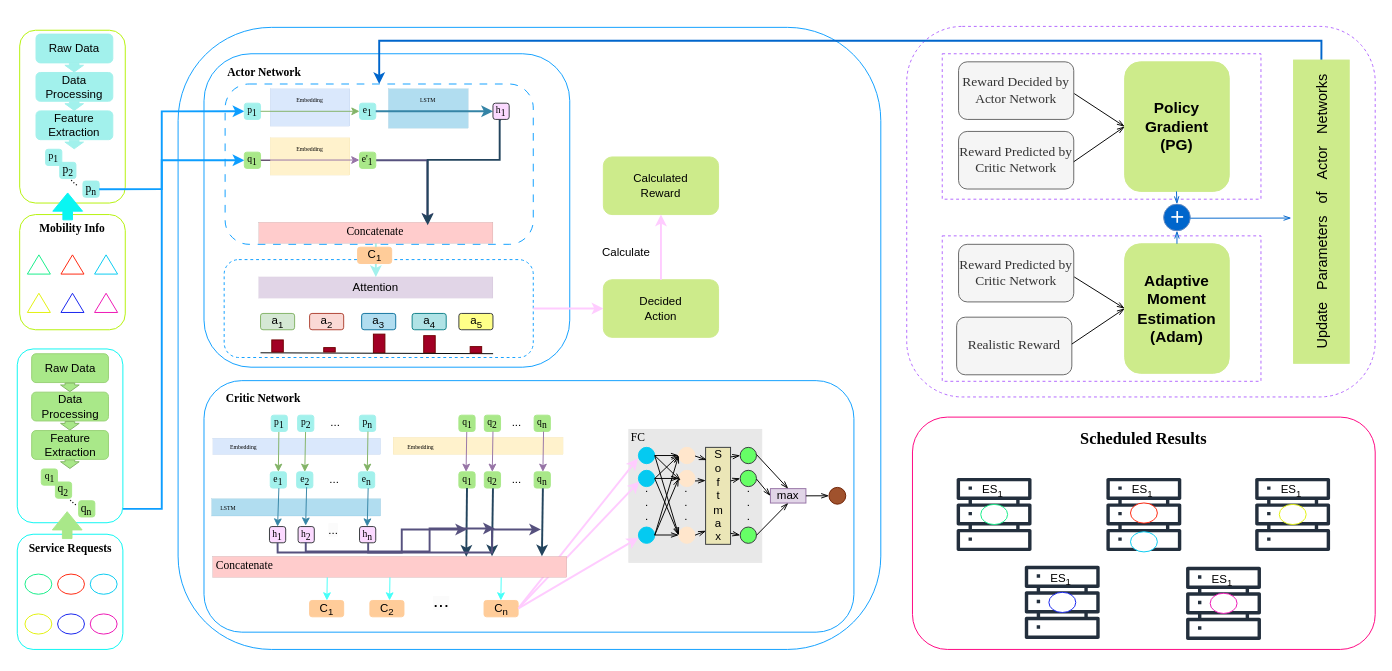
The draw.io diagram 3.drawio in DCLe-DA/Learning-DL-by-Hand, before the edit. Source tidied: cells renumbered, new cells numbered last; positions are measured from the earlier drawing's top-left corner, leaving out a move shared by most shapes. Both pictures are drawn from the tidied source at 96%, with x=0, y=0 at pixel (17, 26).
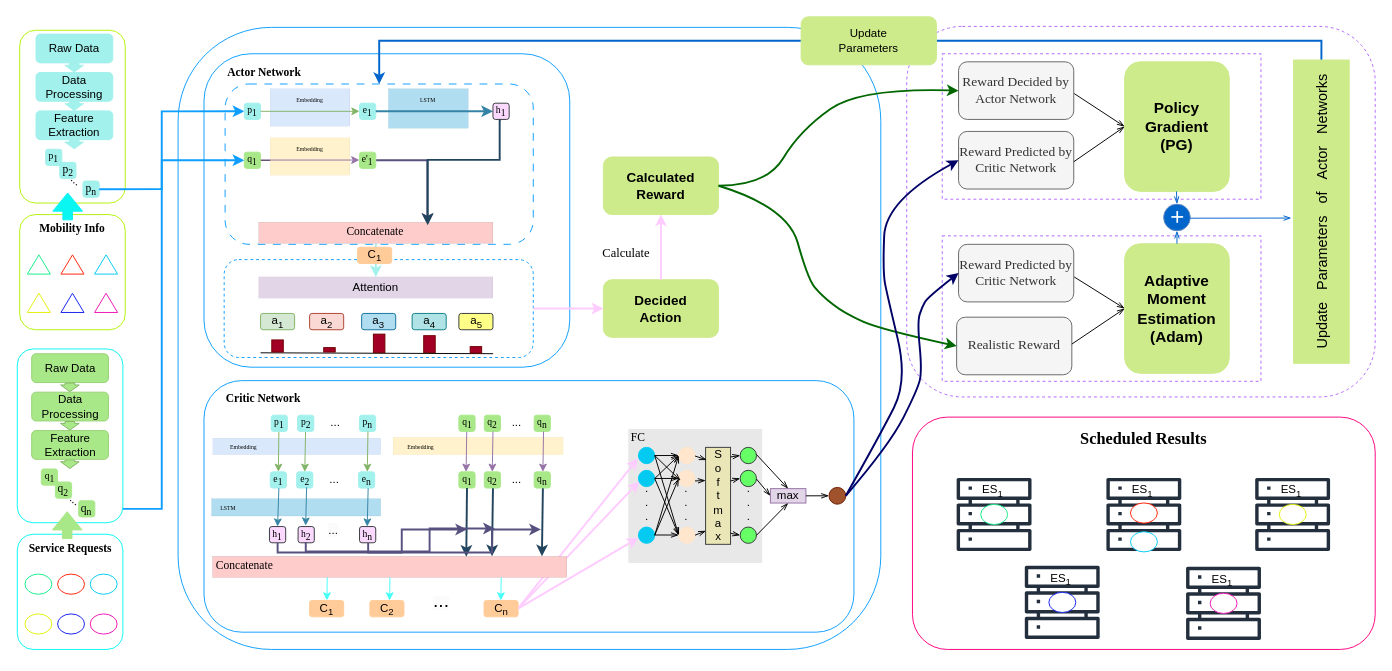
The same diagram, later.

Unchanged cells that the change refers to:
```xml
<mxCell id="207" style="ellipse;whiteSpace=wrap;html=1;fillColor=#a0522d;fontColor=#ffffff;strokeColor=#6D1F00;" parent="1" vertex="1">
  <mxGeometry x="845" y="480.2" width="17.5" height="17.5" as="geometry" />
</mxCell>
<mxCell id="234" value="&lt;font face=&quot;Times New Roman&quot; style=&quot;font-size: 14px;&quot;&gt;Reward Decided by&lt;br&gt;Actor Network&lt;/font&gt;" style="rounded=1;whiteSpace=wrap;html=1;fillColor=#f5f5f5;fontColor=#333333;strokeColor=#666666;" parent="1" vertex="1">
  <mxGeometry x="980" y="36.9" width="120" height="60" as="geometry" />
</mxCell>
<mxCell id="235" value="&lt;font face=&quot;Times New Roman&quot; style=&quot;font-size: 14px;&quot;&gt;Reward Predicted by&lt;br&gt;Critic Network&lt;/font&gt;" style="rounded=1;whiteSpace=wrap;html=1;fillColor=#f5f5f5;fontColor=#333333;strokeColor=#666666;" parent="1" vertex="1">
  <mxGeometry x="980" y="109.4" width="120" height="60" as="geometry" />
</mxCell>
<mxCell id="237" value="&lt;font face=&quot;Times New Roman&quot; style=&quot;font-size: 14px;&quot;&gt;Reward Predicted by&lt;br&gt;Critic Network&lt;/font&gt;" style="rounded=1;whiteSpace=wrap;html=1;fillColor=#f5f5f5;fontColor=#333333;strokeColor=#666666;" parent="1" vertex="1">
  <mxGeometry x="980" y="227" width="120" height="60" as="geometry" />
</mxCell>
<mxCell id="238" value="&lt;font face=&quot;Times New Roman&quot;&gt;&lt;span style=&quot;font-size: 14px;&quot;&gt;Realistic Reward&lt;/span&gt;&lt;/font&gt;" style="rounded=1;whiteSpace=wrap;html=1;fillColor=#f5f5f5;fontColor=#333333;strokeColor=#666666;" parent="1" vertex="1">
  <mxGeometry x="978" y="302.9" width="120" height="60" as="geometry" />
</mxCell>
```

What changed in the source:
```diff
@@
-    <mxCell id="164" value="Decided&lt;br&gt;Action" style="rounded=1;whiteSpace=wrap;html=1;strokeWidth=1;fontFamily=Helvetica;fontSize=12;fillColor=#cdeb8b;strokeColor=#CDEB8B;" parent="1" vertex="1">
+    <mxCell id="164" value="&lt;font style=&quot;font-size: 14px;&quot;&gt;&lt;b&gt;Decided&lt;br&gt;Action&lt;/b&gt;&lt;/font&gt;" style="rounded=1;whiteSpace=wrap;html=1;strokeWidth=1;fontFamily=Helvetica;fontSize=12;fillColor=#cdeb8b;strokeColor=#CDEB8B;" parent="1" vertex="1">
       <mxGeometry x="610" y="263.9" width="120" height="60" as="geometry" />
     </mxCell>
@@
-    <mxCell id="166" value="Calculated&lt;br&gt;Reward" style="rounded=1;whiteSpace=wrap;html=1;strokeWidth=1;fontFamily=Helvetica;fontSize=12;fillColor=#cdeb8b;strokeColor=#CDEB8B;" parent="1" vertex="1">
+    <mxCell id="166" value="&lt;font style=&quot;font-size: 14px;&quot;&gt;&lt;b&gt;Calculated&lt;br&gt;Reward&lt;/b&gt;&lt;/font&gt;" style="rounded=1;whiteSpace=wrap;html=1;strokeWidth=1;fontFamily=Helvetica;fontSize=12;fillColor=#cdeb8b;strokeColor=#CDEB8B;" parent="1" vertex="1">
       <mxGeometry x="610" y="136" width="120" height="60" as="geometry" />
     </mxCell>
@@
-    <mxCell id="168" value="Calculate" style="text;strokeColor=none;align=center;fillColor=none;html=1;verticalAlign=middle;whiteSpace=wrap;rounded=0;" parent="1" vertex="1">
+    <mxCell id="168" value="&lt;font style=&quot;font-size: 13px;&quot; face=&quot;Times New Roman&quot;&gt;Calculate&lt;/font&gt;" style="text;strokeColor=none;align=center;fillColor=none;html=1;verticalAlign=middle;whiteSpace=wrap;rounded=0;" parent="1" vertex="1">
       <mxGeometry x="604" y="221" width="60" height="30" as="geometry" />
     </mxCell>
@@
+    <mxCell id="251" value="Update&lt;br&gt;Parameters" style="rounded=1;whiteSpace=wrap;html=1;strokeWidth=1;fontFamily=Helvetica;fontSize=12;fillColor=#cdeb8b;strokeColor=#CDEB8B;" parent="1" vertex="1">
+      <mxGeometry x="816" y="-10" width="141" height="50" as="geometry" />
+    </mxCell>
+    <mxCell id="252" style="curved=1;endArrow=classic;html=1;rounded=0;entryX=0;entryY=0.5;entryDx=0;entryDy=0;strokeColor=#006600;strokeWidth=2;" parent="1" edge="1" target="234">
+      <mxGeometry relative="1" as="geometry">
+        <mxPoint x="730" y="166" as="sourcePoint" />
+        <Array as="points">
+          <mxPoint x="780" y="166" />
+          <mxPoint x="815" y="108" />
+          <mxPoint x="878" y="64" />
+        </Array>
+      </mxGeometry>
+    </mxCell>
+    <mxCell id="253" style="curved=1;endArrow=classic;html=1;rounded=0;entryX=0;entryY=0.5;entryDx=0;entryDy=0;strokeColor=#006600;strokeWidth=2;" parent="1" edge="1" target="238">
+      <mxGeometry relative="1" as="geometry">
+        <mxPoint x="730" y="166" as="sourcePoint" />
+        <Array as="points">
+          <mxPoint x="802" y="188" />
+          <mxPoint x="823" y="263" />
+          <mxPoint x="837" y="280" />
+          <mxPoint x="861" y="299" />
+          <mxPoint x="900" y="316" />
+        </Array>
+      </mxGeometry>
+    </mxCell>
+    <mxCell id="254" style="curved=1;endArrow=classic;html=1;rounded=0;entryX=0;entryY=0.5;entryDx=0;entryDy=0;exitX=1;exitY=0.5;exitDx=0;exitDy=0;strokeWidth=2;strokeColor=#000066;" parent="1" edge="1" source="207" target="235">
+      <mxGeometry relative="1" as="geometry">
+        <Array as="points">
+          <mxPoint x="898" y="426" />
+          <mxPoint x="927" y="369" />
+          <mxPoint x="906" y="281" />
+          <mxPoint x="901" y="256" />
+          <mxPoint x="904" y="181" />
+        </Array>
+      </mxGeometry>
+    </mxCell>
+    <mxCell id="255" style="curved=1;endArrow=classic;html=1;rounded=0;entryX=0;entryY=0.5;entryDx=0;entryDy=0;exitX=1;exitY=0.5;exitDx=0;exitDy=0;strokeWidth=2;strokeColor=#000066;" parent="1" edge="1" source="207" target="237">
+      <mxGeometry relative="1" as="geometry">
+        <Array as="points">
+          <mxPoint x="908" y="436" />
+          <mxPoint x="937" y="379" />
+          <mxPoint x="942" y="359" />
+          <mxPoint x="937" y="308" />
+          <mxPoint x="942" y="292" />
+          <mxPoint x="948" y="282" />
+        </Array>
+      </mxGeometry>
+    </mxCell>
```
